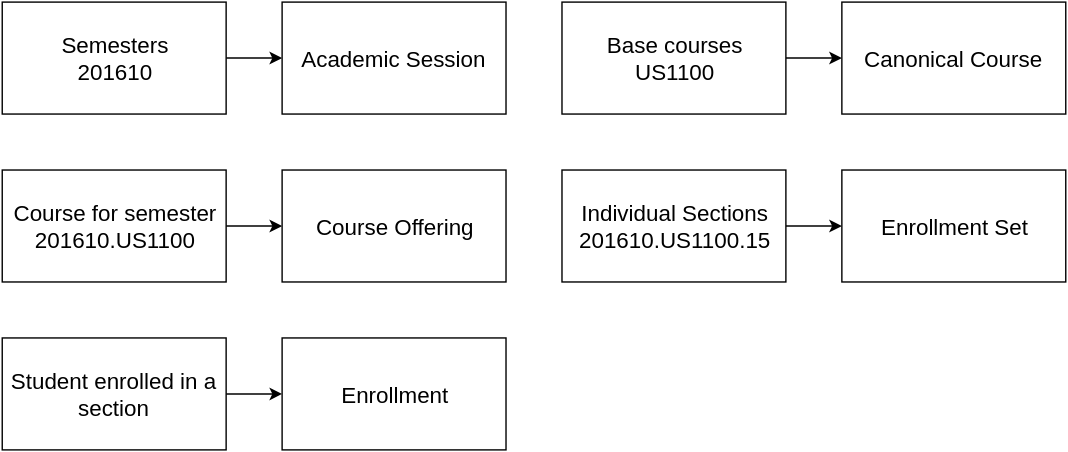
cschauer/cmprovider-presentation keeps this draw.io diagram as images/txstate.svg. Above is the earlier version. Source tidied: cells renumbered, new cells last; positions are measured from the earlier drawing's top-left corner, leaving out a move shared by most shapes. Its diagram source:
```xml
<mxGraphModel background="#ffffff">
  <root>
    <mxCell id="0" />
    <mxCell id="1" parent="0" />
    <mxCell id="2" style="edgeStyle=orthogonalEdgeStyle;rounded=0;html=1;exitX=1;exitY=0.5;entryX=0;entryY=0.5;startArrow=none;startFill=0;jettySize=auto;fontSize=16;" parent="1" edge="1" source="3" target="4">
      <mxGeometry relative="1" as="geometry" />
    </mxCell>
    <mxCell id="3" value="Semesters&lt;div&gt;201610&lt;/div&gt;" style="whiteSpace=wrap;html=1;fontSize=16;" parent="1" vertex="1">
      <mxGeometry width="160" height="80" as="geometry" />
    </mxCell>
    <mxCell id="4" value="Academic Session" style="whiteSpace=wrap;html=1;fontSize=16;" parent="1" vertex="1">
      <mxGeometry x="200" width="160" height="80" as="geometry" />
    </mxCell>
    <mxCell id="5" style="edgeStyle=orthogonalEdgeStyle;rounded=0;html=1;exitX=1;exitY=0.5;entryX=0;entryY=0.5;startArrow=none;startFill=0;jettySize=auto;fontSize=16;" parent="1" edge="1" source="6" target="9">
      <mxGeometry relative="1" as="geometry" />
    </mxCell>
    <mxCell id="6" value="Base courses&lt;div&gt;US1100&lt;/div&gt;" style="whiteSpace=wrap;html=1;fontSize=16;" parent="1" vertex="1">
      <mxGeometry x="400" width="160" height="80" as="geometry" />
    </mxCell>
    <mxCell id="7" style="edgeStyle=orthogonalEdgeStyle;rounded=0;html=1;exitX=1;exitY=0.5;entryX=0;entryY=0.5;startArrow=none;startFill=0;jettySize=auto;fontSize=16;" parent="1" edge="1" source="8" target="10">
      <mxGeometry relative="1" as="geometry" />
    </mxCell>
    <mxCell id="8" value="Course for semester&lt;div&gt;201610.US1100&lt;/div&gt;" style="whiteSpace=wrap;html=1;fontSize=16;" parent="1" vertex="1">
      <mxGeometry y="120" width="160" height="80" as="geometry" />
    </mxCell>
    <mxCell id="9" value="Canonical Course" style="whiteSpace=wrap;html=1;fontSize=16;" parent="1" vertex="1">
      <mxGeometry x="600" width="160" height="80" as="geometry" />
    </mxCell>
    <mxCell id="10" value="Course Offering" style="whiteSpace=wrap;html=1;fontSize=16;" parent="1" vertex="1">
      <mxGeometry x="200" y="120" width="160" height="80" as="geometry" />
    </mxCell>
    <mxCell id="11" value="Enrollment Set" style="whiteSpace=wrap;html=1;fontSize=16;" parent="1" vertex="1">
      <mxGeometry x="600" y="120" width="160" height="80" as="geometry" />
    </mxCell>
    <mxCell id="12" value="Enrollment" style="whiteSpace=wrap;html=1;fontSize=16;" parent="1" vertex="1">
      <mxGeometry x="200" y="240" width="160" height="80" as="geometry" />
    </mxCell>
    <mxCell id="13" style="edgeStyle=orthogonalEdgeStyle;rounded=0;html=1;exitX=1;exitY=0.5;entryX=0;entryY=0.5;startArrow=none;startFill=0;jettySize=auto;fontSize=16;" parent="1" edge="1" source="14" target="11">
      <mxGeometry relative="1" as="geometry" />
    </mxCell>
    <mxCell id="14" value="Individual Sections&lt;div&gt;201610.US1100.15&lt;/div&gt;" style="whiteSpace=wrap;html=1;fontSize=16;" parent="1" vertex="1">
      <mxGeometry x="400" y="120" width="160" height="80" as="geometry" />
    </mxCell>
    <mxCell id="15" style="edgeStyle=orthogonalEdgeStyle;rounded=0;html=1;exitX=1;exitY=0.5;entryX=0;entryY=0.5;startArrow=none;startFill=0;jettySize=auto;fontSize=16;" parent="1" edge="1" source="16" target="12">
      <mxGeometry relative="1" as="geometry" />
    </mxCell>
    <mxCell id="16" value="Student enrolled in a section" style="whiteSpace=wrap;html=1;fontSize=16;" parent="1" vertex="1">
      <mxGeometry y="240" width="160" height="80" as="geometry" />
    </mxCell>
  </root>
</mxGraphModel>
```
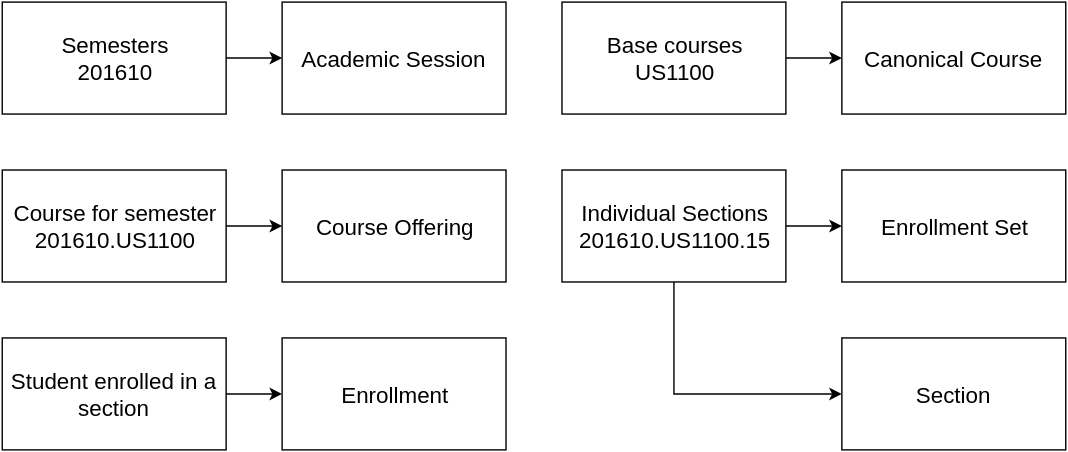
After the commit.

What changed in the source:
```diff
@@ -38,6 +38,13 @@
     <mxCell id="13" style="edgeStyle=orthogonalEdgeStyle;rounded=0;html=1;exitX=1;exitY=0.5;entryX=0;entryY=0.5;startArrow=none;startFill=0;jettySize=auto;fontSize=16;" parent="1" edge="1" source="14" target="11">
       <mxGeometry relative="1" as="geometry" />
     </mxCell>
+    <mxCell id="17" style="edgeStyle=orthogonalEdgeStyle;rounded=0;html=1;exitX=0.5;exitY=1;entryX=0;entryY=0.5;startArrow=none;startFill=0;jettySize=auto;fontSize=16;" parent="1" edge="1" source="14" target="18">
+      <mxGeometry relative="1" as="geometry">
+        <Array as="points">
+          <mxPoint x="480" y="280" />
+        </Array>
+      </mxGeometry>
+    </mxCell>
     <mxCell id="14" value="Individual Sections&lt;div&gt;201610.US1100.15&lt;/div&gt;" style="whiteSpace=wrap;html=1;fontSize=16;" parent="1" vertex="1">
       <mxGeometry x="400" y="120" width="160" height="80" as="geometry" />
     </mxCell>
@@ -47,5 +54,8 @@
     <mxCell id="16" value="Student enrolled in a section" style="whiteSpace=wrap;html=1;fontSize=16;" parent="1" vertex="1">
       <mxGeometry y="240" width="160" height="80" as="geometry" />
     </mxCell>
+    <mxCell id="18" value="Section" style="whiteSpace=wrap;html=1;fontSize=16;" parent="1" vertex="1">
+      <mxGeometry x="600" y="240" width="160" height="80" as="geometry" />
+    </mxCell>
   </root>
 </mxGraphModel>
```
